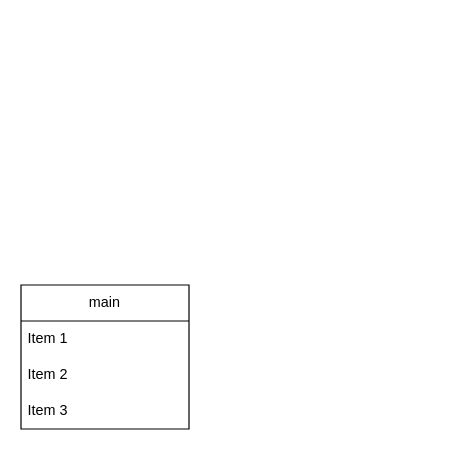
Above: Diagramme Steganographie.drawio in Edouard-Laffont/Steganographie-Schema (draw.io), before the change. Source tidied: cells renumbered, new cells numbered last; positions are measured from the earlier drawing's top-left corner, leaving out a move shared by most shapes. Both pictures are drawn from the tidied source at 120%, with x=0, y=0 at pixel (20, 284).
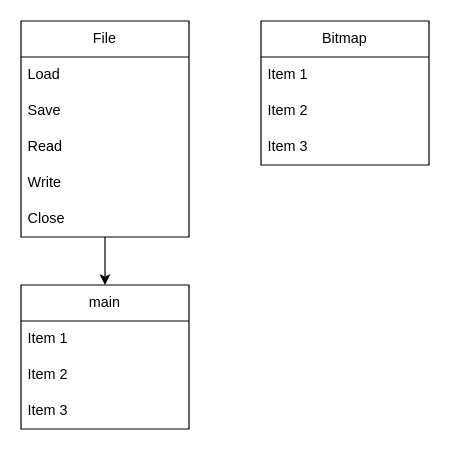
Above is the later version.

Commit message (it also covers changes not shown here):
Mettre à jour Diagramme Steganographie.drawio

Diff of the diagram source:
```diff
@@
 <mxGraphModel>
   <root>
     <mxCell id="0" />
     <mxCell id="1" parent="0" />
     <mxCell id="2" value="main" style="swimlane;fontStyle=0;horizontal=1;startSize=30;whiteSpace=wrap;html=1;" parent="1" vertex="1">
       <mxGeometry width="140" height="120" as="geometry" />
     </mxCell>
     <mxCell id="3" value="Item 1" style="text;strokeColor=none;fillColor=none;align=left;verticalAlign=middle;spacingLeft=4;spacingRight=4;overflow=hidden;whiteSpace=wrap;html=1;" parent="2" vertex="1">
       <mxGeometry y="30" width="140" height="30" as="geometry" />
     </mxCell>
     <mxCell id="4" value="Item 2" style="text;strokeColor=none;fillColor=none;align=left;verticalAlign=middle;spacingLeft=4;spacingRight=4;overflow=hidden;whiteSpace=wrap;html=1;" parent="2" vertex="1">
       <mxGeometry y="60" width="140" height="30" as="geometry" />
     </mxCell>
     <mxCell id="5" value="Item 3" style="text;strokeColor=none;fillColor=none;align=left;verticalAlign=middle;spacingLeft=4;spacingRight=4;overflow=hidden;whiteSpace=wrap;html=1;" parent="2" vertex="1">
       <mxGeometry y="90" width="140" height="30" as="geometry" />
     </mxCell>
+    <mxCell id="6" style="edgeStyle=orthogonalEdgeStyle;rounded=0;jettySize=auto;html=1;entryX=0.5;entryY=0;entryDx=0;entryDy=0;defaultLabelBackgroundColor=page;labelPadding=0 4;" parent="1" edge="1" source="7" target="2">
+      <mxGeometry relative="1" as="geometry" />
+    </mxCell>
+    <mxCell id="7" value="File" style="swimlane;fontStyle=0;horizontal=1;startSize=30;whiteSpace=wrap;html=1;" parent="1" vertex="1">
+      <mxGeometry y="-220" width="140" height="180" as="geometry" />
+    </mxCell>
+    <mxCell id="8" value="Load" style="text;strokeColor=none;fillColor=none;align=left;verticalAlign=middle;spacingLeft=4;spacingRight=4;overflow=hidden;whiteSpace=wrap;html=1;" parent="7" vertex="1">
+      <mxGeometry y="30" width="140" height="30" as="geometry" />
+    </mxCell>
+    <mxCell id="9" value="Save" style="text;strokeColor=none;fillColor=none;align=left;verticalAlign=middle;spacingLeft=4;spacingRight=4;overflow=hidden;whiteSpace=wrap;html=1;" parent="7" vertex="1">
+      <mxGeometry y="60" width="140" height="30" as="geometry" />
+    </mxCell>
+    <mxCell id="10" value="Read" style="text;strokeColor=none;fillColor=none;align=left;verticalAlign=middle;spacingLeft=4;spacingRight=4;overflow=hidden;whiteSpace=wrap;html=1;" parent="7" vertex="1">
+      <mxGeometry y="90" width="140" height="30" as="geometry" />
+    </mxCell>
+    <mxCell id="11" value="Write" style="text;strokeColor=none;fillColor=none;align=left;verticalAlign=middle;spacingLeft=4;spacingRight=4;overflow=hidden;whiteSpace=wrap;html=1;" parent="7" vertex="1">
+      <mxGeometry y="120" width="140" height="30" as="geometry" />
+    </mxCell>
+    <mxCell id="12" value="Close" style="text;strokeColor=none;fillColor=none;align=left;verticalAlign=middle;spacingLeft=4;spacingRight=4;overflow=hidden;whiteSpace=wrap;html=1;" parent="7" vertex="1">
+      <mxGeometry y="150" width="140" height="30" as="geometry" />
+    </mxCell>
+    <mxCell id="13" value="Bitmap" style="swimlane;fontStyle=0;horizontal=1;startSize=30;whiteSpace=wrap;html=1;" parent="1" vertex="1">
+      <mxGeometry x="200" y="-220" width="140" height="120" as="geometry" />
+    </mxCell>
+    <mxCell id="14" value="Item 1" style="text;strokeColor=none;fillColor=none;align=left;verticalAlign=middle;spacingLeft=4;spacingRight=4;overflow=hidden;whiteSpace=wrap;html=1;" parent="13" vertex="1">
+      <mxGeometry y="30" width="140" height="30" as="geometry" />
+    </mxCell>
+    <mxCell id="15" value="Item 2" style="text;strokeColor=none;fillColor=none;align=left;verticalAlign=middle;spacingLeft=4;spacingRight=4;overflow=hidden;whiteSpace=wrap;html=1;" parent="13" vertex="1">
+      <mxGeometry y="60" width="140" height="30" as="geometry" />
+    </mxCell>
+    <mxCell id="16" value="Item 3" style="text;strokeColor=none;fillColor=none;align=left;verticalAlign=middle;spacingLeft=4;spacingRight=4;overflow=hidden;whiteSpace=wrap;html=1;" parent="13" vertex="1">
+      <mxGeometry y="90" width="140" height="30" as="geometry" />
+    </mxCell>
   </root>
 </mxGraphModel>
```
